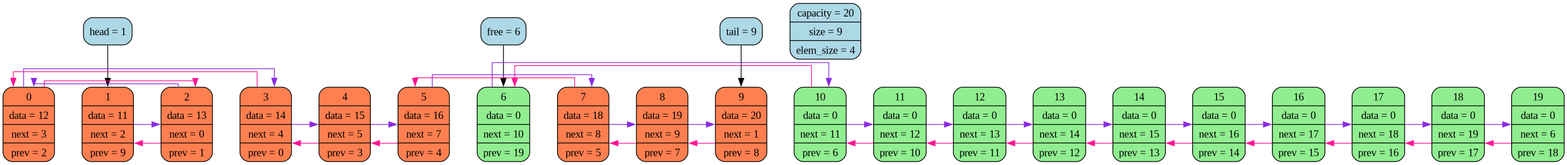
The Graphviz diagram dump/dump.png in ashqqy/Linked-list, before a commit. Its source is kept beside it as dump/dump.dot.
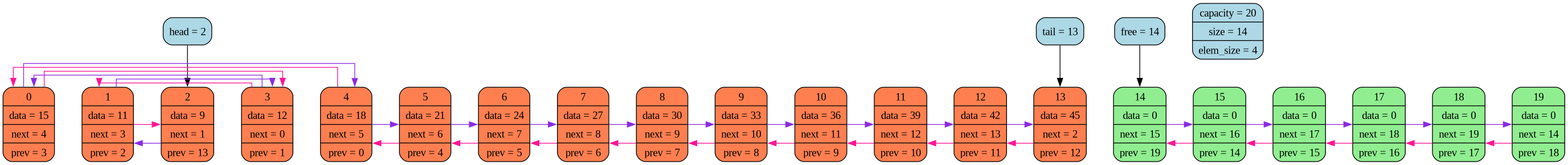
After the commit.

Commit message:
Insert before head

What changed in the source:
```diff
@@ -4,30 +4,30 @@
 nodesep=0.5;
 node[shape="record", style="rounded, filled"];
 
-free[label = "free = 6", style="rounded,filled", fillcolor = "lightblue"]
-head[label = "head = 1", style="rounded,filled", fillcolor = "lightblue"]
-tail[label = "tail = 9", style="rounded,filled", fillcolor = "lightblue"]
-title[label = "{ capacity = 20 | size = 9 | elem_size = 4 }", style="rounded,filled", fillcolor = "lightblue"];
-0[label = "{ <i>0|<d>data = 12|<n>next = 3|<p>prev = 2 }", fillcolor = "coral"];
-1[label = "{ <i>1|<d>data = 11|<n>next = 2|<p>prev = 9 }", fillcolor = "coral"];
-2[label = "{ <i>2|<d>data = 13|<n>next = 0|<p>prev = 1 }", fillcolor = "coral"];
-3[label = "{ <i>3|<d>data = 14|<n>next = 4|<p>prev = 0 }", fillcolor = "coral"];
-4[label = "{ <i>4|<d>data = 15|<n>next = 5|<p>prev = 3 }", fillcolor = "coral"];
-5[label = "{ <i>5|<d>data = 16|<n>next = 7|<p>prev = 4 }", fillcolor = "coral"];
-6[label = "{ <i>6|<d>data = 0|<n>next = 10|<p>prev = 19 }", fillcolor = "coral"];
-7[label = "{ <i>7|<d>data = 18|<n>next = 8|<p>prev = 5 }", fillcolor = "coral"];
-8[label = "{ <i>8|<d>data = 19|<n>next = 9|<p>prev = 7 }", fillcolor = "coral"];
-9[label = "{ <i>9|<d>data = 20|<n>next = 1|<p>prev = 8 }", fillcolor = "coral"];
-10[label = "{ <i>10|<d>data = 0|<n>next = 11|<p>prev = 6 }", fillcolor = "coral"];
-11[label = "{ <i>11|<d>data = 0|<n>next = 12|<p>prev = 10 }", fillcolor = "coral"];
-12[label = "{ <i>12|<d>data = 0|<n>next = 13|<p>prev = 11 }", fillcolor = "coral"];
-13[label = "{ <i>13|<d>data = 0|<n>next = 14|<p>prev = 12 }", fillcolor = "coral"];
-14[label = "{ <i>14|<d>data = 0|<n>next = 15|<p>prev = 13 }", fillcolor = "coral"];
+free[label = "free = 14", style="rounded,filled", fillcolor = "lightblue"]
+head[label = "head = 2", style="rounded,filled", fillcolor = "lightblue"]
+tail[label = "tail = 13", style="rounded,filled", fillcolor = "lightblue"]
+title[label = "{ capacity = 20 | size = 14 | elem_size = 4 }", style="rounded,filled", fillcolor = "lightblue"];
+0[label = "{ <i>0|<d>data = 15|<n>next = 4|<p>prev = 3 }", fillcolor = "coral"];
+1[label = "{ <i>1|<d>data = 11|<n>next = 3|<p>prev = 2 }", fillcolor = "coral"];
+2[label = "{ <i>2|<d>data = 9|<n>next = 1|<p>prev = 13 }", fillcolor = "coral"];
+3[label = "{ <i>3|<d>data = 12|<n>next = 0|<p>prev = 1 }", fillcolor = "coral"];
+4[label = "{ <i>4|<d>data = 18|<n>next = 5|<p>prev = 0 }", fillcolor = "coral"];
+5[label = "{ <i>5|<d>data = 21|<n>next = 6|<p>prev = 4 }", fillcolor = "coral"];
+6[label = "{ <i>6|<d>data = 24|<n>next = 7|<p>prev = 5 }", fillcolor = "coral"];
+7[label = "{ <i>7|<d>data = 27|<n>next = 8|<p>prev = 6 }", fillcolor = "coral"];
+8[label = "{ <i>8|<d>data = 30|<n>next = 9|<p>prev = 7 }", fillcolor = "coral"];
+9[label = "{ <i>9|<d>data = 33|<n>next = 10|<p>prev = 8 }", fillcolor = "coral"];
+10[label = "{ <i>10|<d>data = 36|<n>next = 11|<p>prev = 9 }", fillcolor = "coral"];
+11[label = "{ <i>11|<d>data = 39|<n>next = 12|<p>prev = 10 }", fillcolor = "coral"];
+12[label = "{ <i>12|<d>data = 42|<n>next = 13|<p>prev = 11 }", fillcolor = "coral"];
+13[label = "{ <i>13|<d>data = 45|<n>next = 2|<p>prev = 12 }", fillcolor = "coral"];
+14[label = "{ <i>14|<d>data = 0|<n>next = 15|<p>prev = 19 }", fillcolor = "coral"];
 15[label = "{ <i>15|<d>data = 0|<n>next = 16|<p>prev = 14 }", fillcolor = "coral"];
 16[label = "{ <i>16|<d>data = 0|<n>next = 17|<p>prev = 15 }", fillcolor = "coral"];
 17[label = "{ <i>17|<d>data = 0|<n>next = 18|<p>prev = 16 }", fillcolor = "coral"];
 18[label = "{ <i>18|<d>data = 0|<n>next = 19|<p>prev = 17 }", fillcolor = "coral"];
-19[label = "{ <i>19|<d>data = 0|<n>next = 6|<p>prev = 18 }", fillcolor = "coral"];
+19[label = "{ <i>19|<d>data = 0|<n>next = 14|<p>prev = 18 }", fillcolor = "coral"];
 
 { rank = same; 0; 1; 2; 3; 4; 5; 6; 7; 8; 9; 10; 11; 12; 13; 14; 15; 16; 17; 18; 19; }
 0->1 [weight = 5000, style=invis];
@@ -50,19 +50,19 @@
 17->18 [weight = 5000, style=invis];
 18->19 [weight = 5000, style=invis];
 
-0->3 [weight = 0, color = blueviolet];
-1->2 [weight = 0, color = blueviolet];
-2->0 [weight = 0, color = blueviolet];
-3->4 [weight = 0, color = blueviolet];
+0->4 [weight = 0, color = blueviolet];
+1->3 [weight = 0, color = blueviolet];
+2->1 [weight = 0, color = blueviolet];
+3->0 [weight = 0, color = blueviolet];
 4->5 [weight = 0, color = blueviolet];
-5->7 [weight = 0, color = blueviolet];
-6->10 [weight = 0, color = blueviolet];
+5->6 [weight = 0, color = blueviolet];
+6->7 [weight = 0, color = blueviolet];
 7->8 [weight = 0, color = blueviolet];
 8->9 [weight = 0, color = blueviolet];
+9->10 [weight = 0, color = blueviolet];
 10->11 [weight = 0, color = blueviolet];
 11->12 [weight = 0, color = blueviolet];
 12->13 [weight = 0, color = blueviolet];
-13->14 [weight = 0, color = blueviolet];
 14->15 [weight = 0, color = blueviolet];
 15->16 [weight = 0, color = blueviolet];
 16->17 [weight = 0, color = blueviolet];
@@ -74,32 +74,27 @@
 17->16 [weight = 0, color = deeppink];
 16->15 [weight = 0, color = deeppink];
 15->14 [weight = 0, color = deeppink];
-14->13 [weight = 0, color = deeppink];
 13->12 [weight = 0, color = deeppink];
 12->11 [weight = 0, color = deeppink];
 11->10 [weight = 0, color = deeppink];
-10->6 [weight = 0, color = deeppink];
+10->9 [weight = 0, color = deeppink];
 9->8 [weight = 0, color = deeppink];
 8->7 [weight = 0, color = deeppink];
-7->5 [weight = 0, color = deeppink];
+7->6 [weight = 0, color = deeppink];
+6->5 [weight = 0, color = deeppink];
 5->4 [weight = 0, color = deeppink];
-4->3 [weight = 0, color = deeppink];
-3->0 [weight = 0, color = deeppink];
-2->1 [weight = 0, color = deeppink];
-0->2 [weight = 0, color = deeppink];
+4->0 [weight = 0, color = deeppink];
+3->1 [weight = 0, color = deeppink];
+1->2 [weight = 0, color = deeppink];
+0->3 [weight = 0, color = deeppink];
 
-free->6;
-6[fillcolor = "lightgreen"];
-10[fillcolor = "lightgreen"];
-11[fillcolor = "lightgreen"];
-12[fillcolor = "lightgreen"];
-13[fillcolor = "lightgreen"];
+free->14;
 14[fillcolor = "lightgreen"];
 15[fillcolor = "lightgreen"];
 16[fillcolor = "lightgreen"];
 17[fillcolor = "lightgreen"];
 18[fillcolor = "lightgreen"];
 19[fillcolor = "lightgreen"];
-head->1;
-tail->9;
+head->2;
+tail->13;
 }
```
